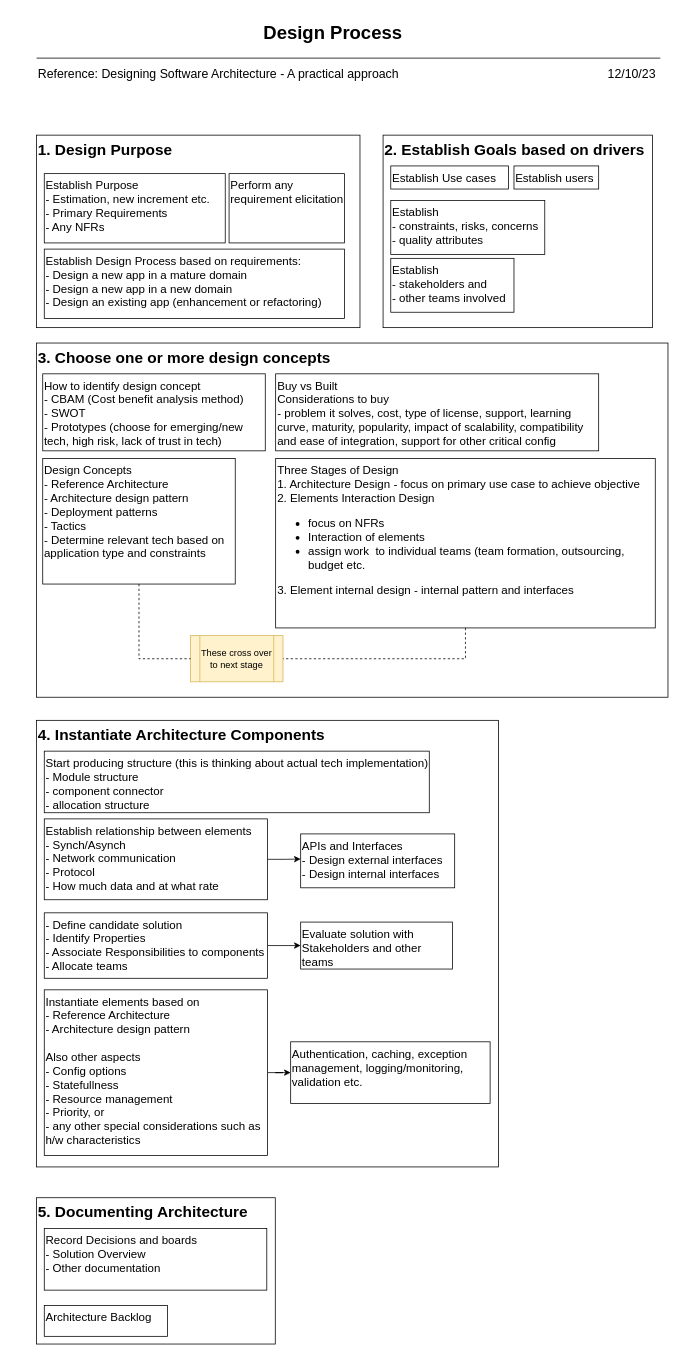
Above: page "1.Design Process from DSA" (2 of 3) of SolutionArchitectureProcess.drawio in Gaur4vGaur/probable-octo (draw.io), before the change. Source tidied: cells renumbered, new cells numbered last; positions are measured from the earlier drawing's top-left corner, leaving out a move shared by most shapes. Both pictures are drawn from the tidied source at 77%, with x=0, y=0 at pixel (13, 27).
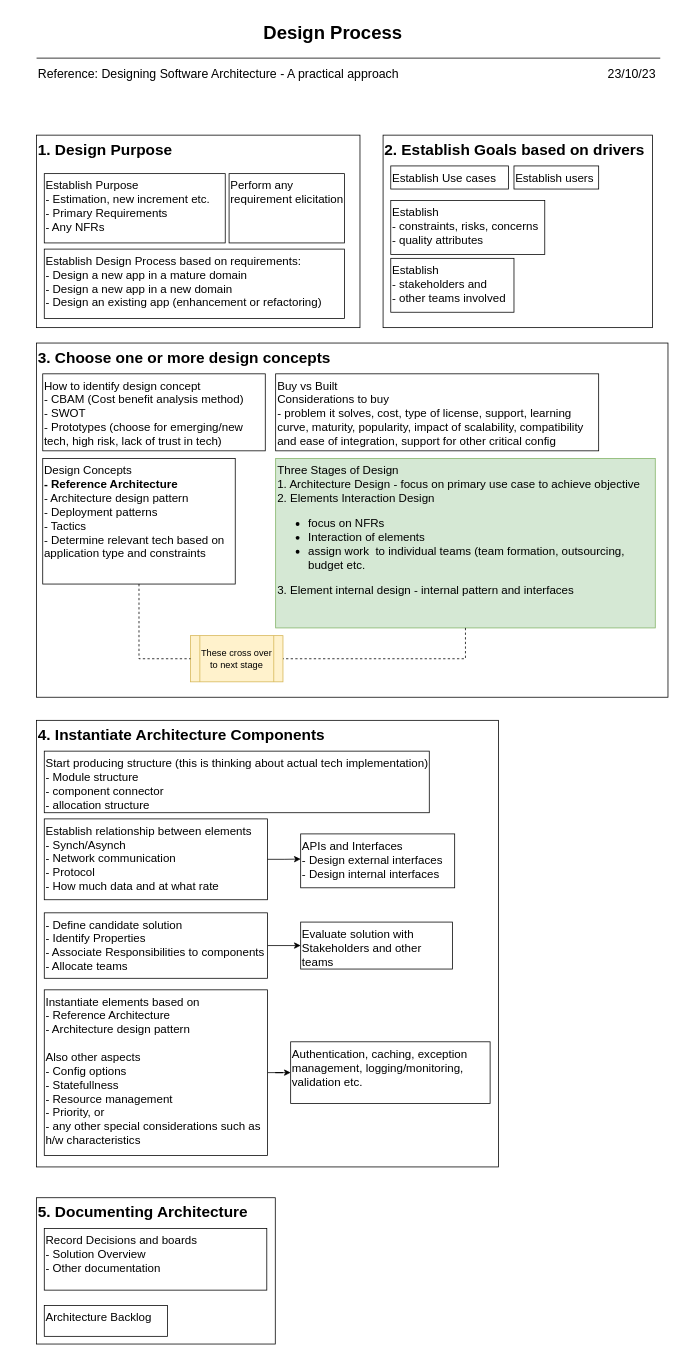
The same page after the edit.

The change refers to these unchanged cells:
```xml
<mxCell id="8" style="group;" parent="1" vertex="1">
  <mxGeometry x="30" y="410" width="820" height="460" as="geometry" />
</mxCell>
<mxCell id="36" style="group;" parent="1" vertex="1">
  <mxGeometry y="40" width="830" height="80" as="geometry" />
</mxCell>
```

Diff of the diagram source:
```diff
@@
-    <mxCell id="12" value="&lt;span style=&quot;font-weight: normal;&quot;&gt;Three Stages of Design&lt;br&gt;1. Architecture Design - focus on primary use case to achieve objective&lt;br&gt;2. Elements Interaction Design&lt;br&gt;&lt;ul&gt;&lt;li&gt;&lt;span style=&quot;font-weight: normal;&quot;&gt;focus on NFRs&lt;/span&gt;&lt;/li&gt;&lt;li&gt;&lt;span style=&quot;font-weight: normal;&quot;&gt;Interaction of elements&lt;/span&gt;&lt;/li&gt;&lt;li&gt;&lt;span style=&quot;font-weight: normal;&quot;&gt;assign work&amp;nbsp; to individual teams (team formation, outsourcing, budget etc.&lt;/span&gt;&lt;/li&gt;&lt;/ul&gt;&lt;div&gt;3. Element internal design - internal pattern and interfaces&lt;/div&gt;&lt;/span&gt;" style="whiteSpace=wrap;html=1;fontSize=15;rounded=0;fontStyle=1;align=left;verticalAlign=top;" parent="8" vertex="1">
+    <mxCell id="12" value="&lt;span style=&quot;font-weight: normal;&quot;&gt;Three Stages of Design&lt;br&gt;1. Architecture Design - focus on primary use case to achieve objective&lt;br&gt;2. Elements Interaction Design&lt;br&gt;&lt;ul&gt;&lt;li&gt;&lt;span style=&quot;font-weight: normal;&quot;&gt;focus on NFRs&lt;/span&gt;&lt;/li&gt;&lt;li&gt;&lt;span style=&quot;font-weight: normal;&quot;&gt;Interaction of elements&lt;/span&gt;&lt;/li&gt;&lt;li&gt;&lt;span style=&quot;font-weight: normal;&quot;&gt;assign work&amp;nbsp; to individual teams (team formation, outsourcing, budget etc.&lt;/span&gt;&lt;/li&gt;&lt;/ul&gt;&lt;div&gt;3. Element internal design - internal pattern and interfaces&lt;/div&gt;&lt;/span&gt;" style="whiteSpace=wrap;html=1;fontSize=15;rounded=0;fontStyle=1;align=left;verticalAlign=top;fillColor=#d5e8d4;strokeColor=#82b366;" parent="8" vertex="1">
       <mxGeometry x="310.5" y="150" width="493" height="220" as="geometry" />
     </mxCell>
-    <mxCell id="13" value="&lt;span style=&quot;font-weight: normal;&quot;&gt;Design Concepts&lt;br&gt;- Reference Architecture&lt;br&gt;- Architecture design pattern&lt;br&gt;- Deployment patterns&lt;br&gt;- Tactics&lt;br&gt;- Determine relevant tech based on application type and constraints&lt;br&gt;&lt;/span&gt;" style="whiteSpace=wrap;html=1;fontSize=15;rounded=0;fontStyle=1;align=left;verticalAlign=top;" parent="8" vertex="1">
+    <mxCell id="13" value="&lt;span style=&quot;font-weight: normal;&quot;&gt;Design Concepts&lt;/span&gt;&lt;br&gt;- Reference Architecture&lt;br&gt;&lt;span style=&quot;font-weight: normal;&quot;&gt;- Architecture design pattern&lt;/span&gt;&lt;br&gt;&lt;span style=&quot;font-weight: normal;&quot;&gt;- Deployment patterns&lt;/span&gt;&lt;br&gt;&lt;span style=&quot;font-weight: normal;&quot;&gt;- Tactics&lt;/span&gt;&lt;br&gt;&lt;span style=&quot;font-weight: normal;&quot;&gt;- Determine relevant tech based on application type and constraints&lt;/span&gt;" style="whiteSpace=wrap;html=1;fontSize=15;rounded=0;fontStyle=1;align=left;verticalAlign=top;" parent="8" vertex="1">
       <mxGeometry x="8" y="150" width="250" height="163" as="geometry" />
     </mxCell>
@@
-    <mxCell id="38" value="&lt;span style=&quot;border-color: var(--border-color);&quot;&gt;&lt;font style=&quot;border-color: var(--border-color); font-size: 16px;&quot;&gt;12/10/23&lt;/font&gt;&lt;/span&gt;" style="text;html=1;strokeColor=none;fillColor=none;align=left;verticalAlign=middle;whiteSpace=wrap;rounded=0;" parent="36" vertex="1">
+    <mxCell id="38" value="&lt;span style=&quot;border-color: var(--border-color);&quot;&gt;&lt;font style=&quot;border-color: var(--border-color); font-size: 16px;&quot;&gt;23/10/23&lt;/font&gt;&lt;/span&gt;" style="text;html=1;strokeColor=none;fillColor=none;align=left;verticalAlign=middle;whiteSpace=wrap;rounded=0;" parent="36" vertex="1">
       <mxGeometry x="770" y="10" width="70" height="20" as="geometry" />
     </mxCell>
```
